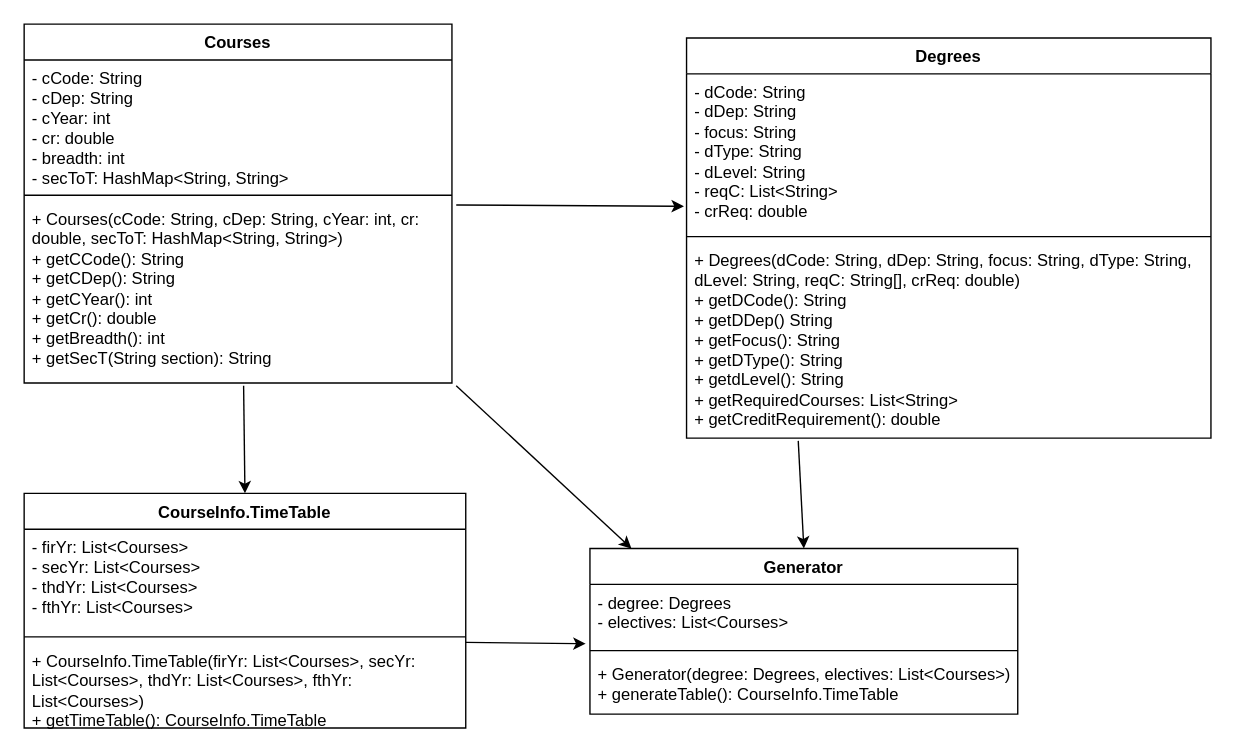
LuWang95/team-project keeps this draw.io diagram as UML Diagram.drawio. Above is the earlier version. Source tidied: cells renumbered, new cells numbered last; positions are measured from the earlier drawing's top-left corner, leaving out a move shared by most shapes. Both pictures are drawn from the tidied source at 138%, with x=0, y=0 at pixel (23, 23).
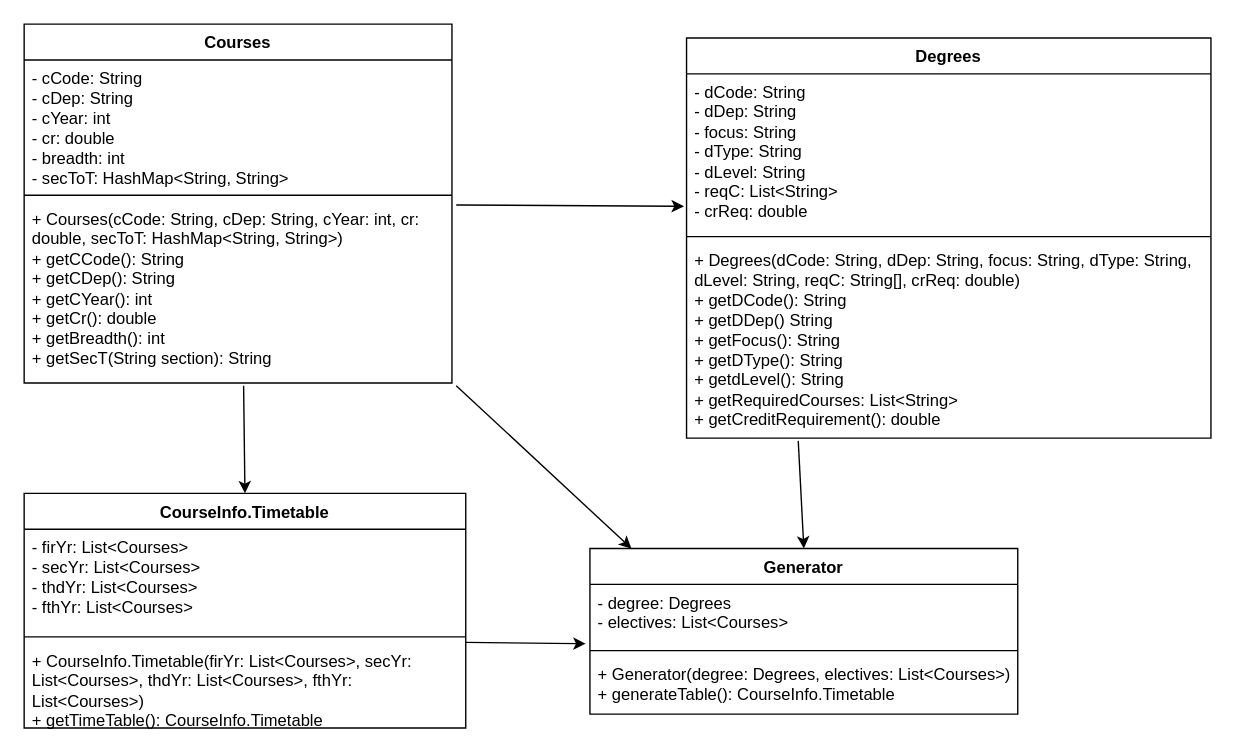
The same diagram, later.

Unchanged cells that the change refers to:
```xml
<mxCell id="10" value="Generator" style="swimlane;fontStyle=1;align=center;verticalAlign=top;horizontal=1;startSize=26;whiteSpace=wrap;html=1;" parent="1" vertex="1">
  <mxGeometry x="410" y="380" width="310" height="120" as="geometry" />
</mxCell>
```

What changed in the source:
```diff
@@
-    <mxCell id="13" value="+ Generator(degree: Degrees, electives: List&amp;lt;Courses&amp;gt;)&lt;div&gt;+ generateTable(): CourseInfo.TimeTable&lt;/div&gt;" style="text;strokeColor=none;fillColor=none;align=left;verticalAlign=top;spacingLeft=4;spacingRight=4;overflow=hidden;whiteSpace=wrap;html=1;" parent="10" vertex="1">
+    <mxCell id="13" value="+ Generator(degree: Degrees, electives: List&amp;lt;Courses&amp;gt;)&lt;div&gt;+ generateTable(): CourseInfo.Timetable&lt;/div&gt;" style="text;strokeColor=none;fillColor=none;align=left;verticalAlign=top;spacingLeft=4;spacingRight=4;overflow=hidden;whiteSpace=wrap;html=1;" parent="10" vertex="1">
       <mxGeometry y="78" width="310" height="42" as="geometry" />
     </mxCell>
-    <mxCell id="14" value="CourseInfo.TimeTable" style="swimlane;fontStyle=1;align=center;verticalAlign=top;horizontal=1;startSize=26;whiteSpace=wrap;html=1;" parent="1" vertex="1">
+    <mxCell id="14" value="CourseInfo.Timetable" style="swimlane;fontStyle=1;align=center;verticalAlign=top;horizontal=1;startSize=26;whiteSpace=wrap;html=1;" parent="1" vertex="1">
       <mxGeometry y="340" width="320" height="170" as="geometry" />
     </mxCell>
@@
-    <mxCell id="17" value="+ CourseInfo.TimeTable(firYr: List&amp;lt;Courses&amp;gt;, secYr: List&amp;lt;Courses&amp;gt;, thdYr: List&amp;lt;Courses&amp;gt;, fthYr: List&amp;lt;Courses&amp;gt;)&lt;div&gt;+ getTimeTable(): CourseInfo.TimeTable&amp;nbsp;&lt;/div&gt;" style="text;strokeColor=none;fillColor=none;align=left;verticalAlign=top;spacingLeft=4;spacingRight=4;overflow=hidden;points=[[0,0.5],[1,0.5]];portConstraint=eastwest;whiteSpace=wrap;html=1;" parent="14" vertex="1">
+    <mxCell id="17" value="+ CourseInfo.Timetable(firYr: List&amp;lt;Courses&amp;gt;, secYr: List&amp;lt;Courses&amp;gt;, thdYr: List&amp;lt;Courses&amp;gt;, fthYr: List&amp;lt;Courses&amp;gt;)&lt;div&gt;+ getTimeTable(): CourseInfo.Timetable&amp;nbsp;&lt;/div&gt;" style="text;strokeColor=none;fillColor=none;align=left;verticalAlign=top;spacingLeft=4;spacingRight=4;overflow=hidden;points=[[0,0.5],[1,0.5]];portConstraint=eastwest;whiteSpace=wrap;html=1;" parent="14" vertex="1">
       <mxGeometry y="108" width="320" height="62" as="geometry" />
     </mxCell>
```
